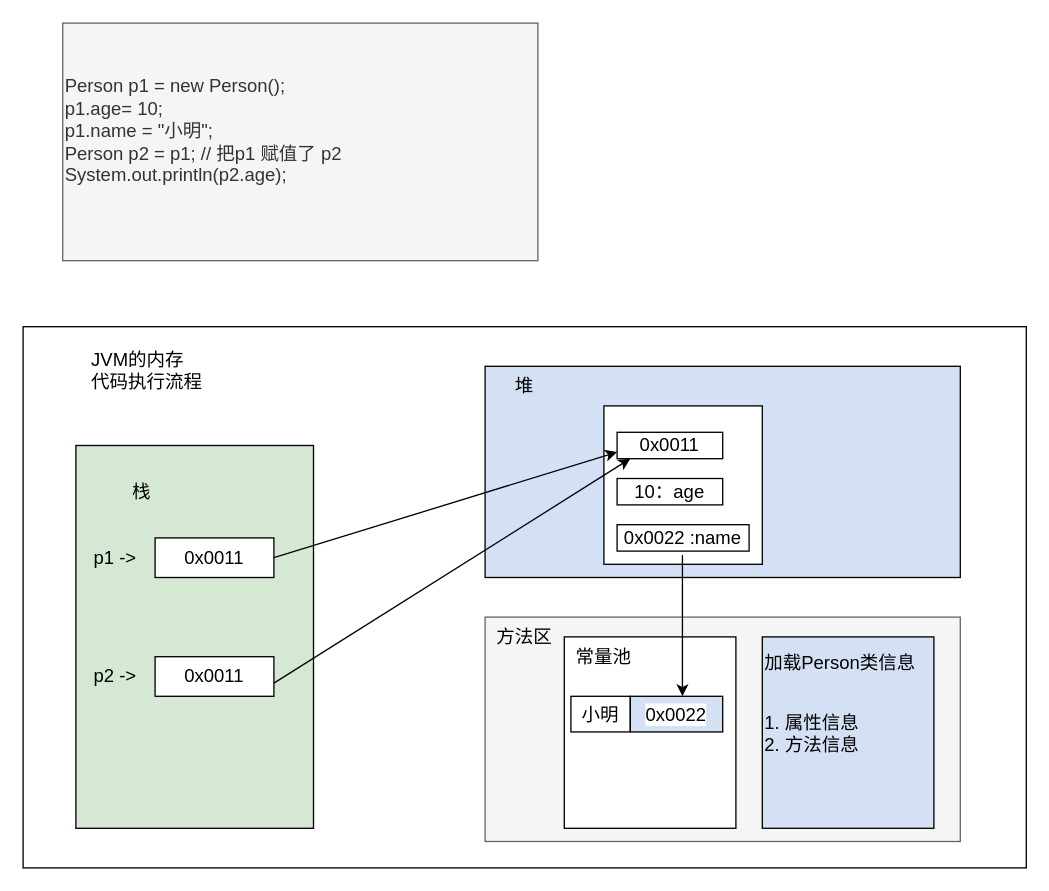
jiaong/image keeps this draw.io diagram as Pictures/类与对象.drawio. Above is the earlier version. Source tidied: cells renumbered, new cells numbered last; positions are measured from the earlier drawing's top-left corner, leaving out a move shared by most shapes. Both pictures are drawn from the tidied source at 132%, with x=0, y=0 at pixel (22, 22).
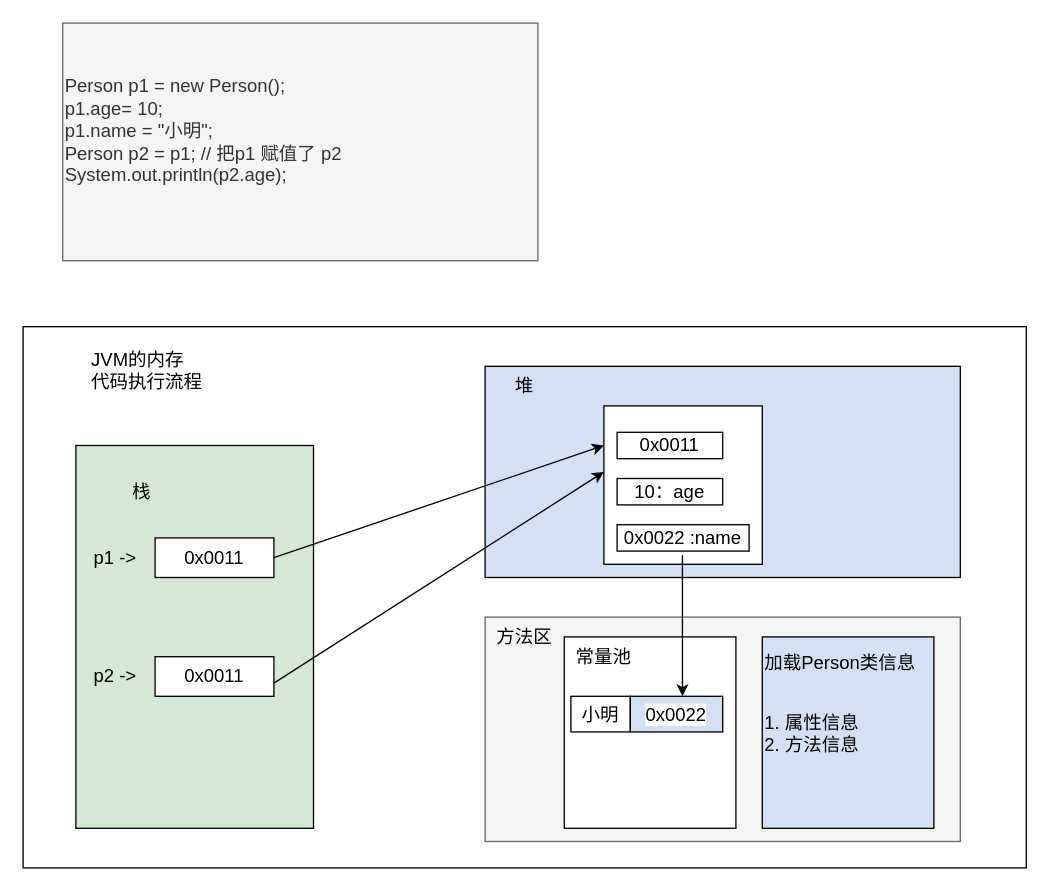
After the change.

Commit message:
更新类与对象.drawio

The change refers to these unchanged cells:
```xml
<mxCell id="9" value="0x0011" style="rounded=0;whiteSpace=wrap;html=1;fontSize=14;" parent="1" vertex="1">
  <mxGeometry x="100" y="390" width="90" height="30" as="geometry" />
</mxCell>
<mxCell id="15" style="rounded=0;whiteSpace=wrap;html=1;fontSize=14;" parent="1" vertex="1">
  <mxGeometry x="440" y="290" width="120" height="120" as="geometry" />
</mxCell>
<mxCell id="17" value="0x0011" style="rounded=0;whiteSpace=wrap;html=1;fontSize=14;" parent="1" vertex="1">
  <mxGeometry x="450" y="310" width="80" height="20" as="geometry" />
</mxCell>
```

The edit, as a diff of the source:
```diff
@@
-    <mxCell id="28" style="endArrow=classic;html=1;rounded=0;fontSize=14;strokeWidth=1;jumpStyle=sharp;entryX=0;entryY=0.75;entryDx=0;entryDy=0;exitX=1;exitY=0.5;exitDx=0;exitDy=0;" parent="1" edge="1" source="9" target="17">
+    <mxCell id="28" style="endArrow=classic;html=1;rounded=0;fontSize=14;strokeWidth=1;jumpStyle=sharp;exitX=1;exitY=0.5;exitDx=0;exitDy=0;entryX=0;entryY=0.25;entryDx=0;entryDy=0;" parent="1" edge="1" source="9" target="15">
       <mxGeometry relative="1" as="geometry" />
     </mxCell>
-    <mxCell id="29" style="endArrow=classic;html=1;rounded=0;fontSize=14;strokeWidth=1;jumpStyle=sharp;entryX=0.125;entryY=1;entryDx=0;entryDy=0;entryPerimeter=0;" parent="1" edge="1" target="17">
+    <mxCell id="29" style="endArrow=classic;html=1;rounded=0;fontSize=14;strokeWidth=1;jumpStyle=sharp;" parent="1" edge="1">
       <mxGeometry relative="1" as="geometry">
         <mxPoint x="190" y="500" as="sourcePoint" />
+        <mxPoint x="440" y="340" as="targetPoint" />
       </mxGeometry>
     </mxCell>
```
